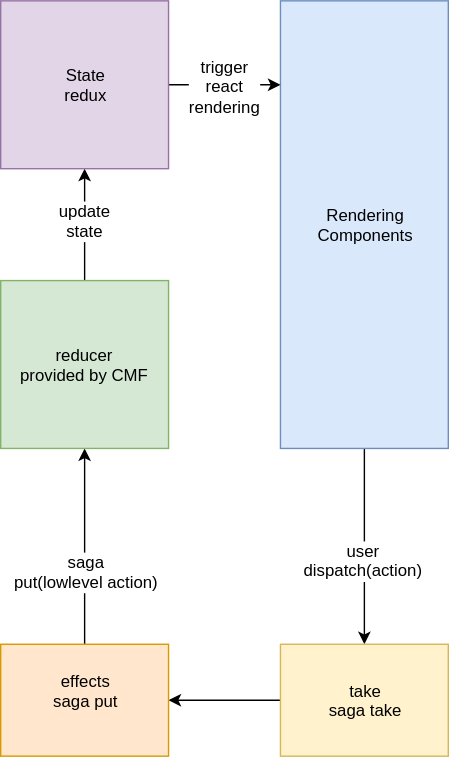
Earlier version of the draw.io export packages/cmf/assets/diagram-rendering-cycle.svg (Talend/ui). Source tidied: cells renumbered, new cells last; positions are measured from the earlier drawing's top-left corner, leaving out a move shared by most shapes.
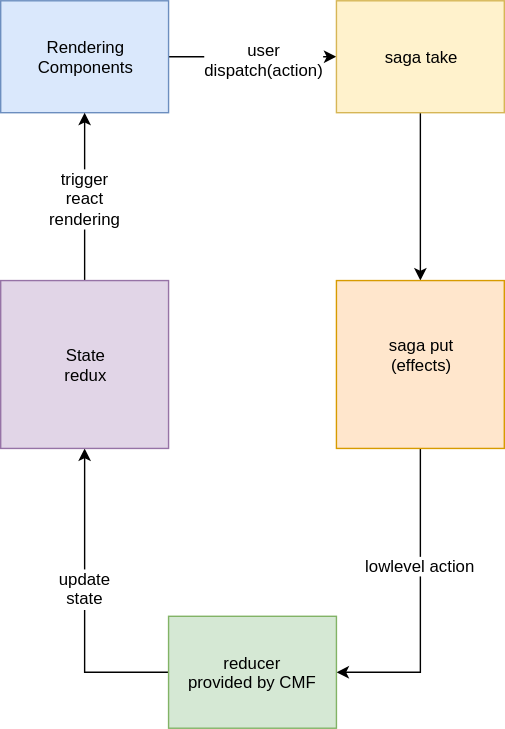
The same file after the commit.

Commit message:
chore: follow review

What changed in the source:
```diff
@@ -2,47 +2,47 @@
   <root>
     <mxCell id="0" />
     <mxCell id="1" parent="0" />
-    <mxCell id="2" style="edgeStyle=orthogonalEdgeStyle;rounded=0;html=1;jettySize=auto;exitX=0.5;exitY=0;entryX=0.5;entryY=1;" parent="1" edge="1" source="14" target="15">
+    <mxCell id="2" style="edgeStyle=orthogonalEdgeStyle;rounded=0;html=1;jettySize=auto;exitX=0;exitY=0.5;entryX=0.5;entryY=1;" parent="1" edge="1" source="14" target="15">
       <mxGeometry relative="1" as="geometry" />
     </mxCell>
     <mxCell id="3" value="update&lt;br&gt;state&lt;br&gt;" style="text;html=1;align=center;verticalAlign=middle;labelBackgroundColor=#ffffff;" parent="2" vertex="1">
       <mxGeometry x="0.1" relative="1" as="geometry" />
     </mxCell>
-    <mxCell id="4" style="edgeStyle=orthogonalEdgeStyle;rounded=0;html=1;entryX=0.5;entryY=0;jettySize=auto;" parent="1" edge="1" source="6" target="8">
+    <mxCell id="4" style="edgeStyle=orthogonalEdgeStyle;rounded=0;html=1;entryX=0;entryY=0.5;jettySize=auto;" parent="1" edge="1" source="6" target="8">
       <mxGeometry relative="1" as="geometry" />
     </mxCell>
     <mxCell id="5" value="user&lt;br&gt;dispatch(action)" style="text;html=1;align=center;verticalAlign=middle;labelBackgroundColor=#ffffff;" parent="4" vertex="1">
       <mxGeometry x="0.13" y="-1" relative="1" as="geometry" />
     </mxCell>
     <mxCell id="6" value="Rendering&lt;br&gt;Components&lt;br&gt;" style="rounded=0;whiteSpace=wrap;html=1;fillColor=#dae8fc;strokeColor=#6c8ebf;" parent="1" vertex="1">
-      <mxGeometry x="200" width="120" height="320" as="geometry" />
+      <mxGeometry width="120" height="80" as="geometry" />
     </mxCell>
     <mxCell id="7" style="edgeStyle=orthogonalEdgeStyle;rounded=0;html=1;jettySize=auto;" parent="1" edge="1" source="8" target="11">
       <mxGeometry relative="1" as="geometry" />
     </mxCell>
-    <mxCell id="8" value="take&lt;br&gt;saga take&lt;br&gt;" style="rounded=0;whiteSpace=wrap;html=1;fillColor=#fff2cc;strokeColor=#d6b656;" parent="1" vertex="1">
-      <mxGeometry x="200" y="460" width="120" height="80" as="geometry" />
+    <mxCell id="8" value="saga take&lt;br&gt;" style="rounded=0;whiteSpace=wrap;html=1;fillColor=#fff2cc;strokeColor=#d6b656;" parent="1" vertex="1">
+      <mxGeometry x="240" width="120" height="80" as="geometry" />
     </mxCell>
-    <mxCell id="9" style="edgeStyle=orthogonalEdgeStyle;rounded=0;html=1;jettySize=auto;entryX=0.5;entryY=1;" parent="1" edge="1" source="11" target="14">
+    <mxCell id="9" style="edgeStyle=orthogonalEdgeStyle;rounded=0;html=1;jettySize=auto;entryX=1;entryY=0.5;" parent="1" edge="1" source="11" target="14">
       <mxGeometry relative="1" as="geometry" />
     </mxCell>
-    <mxCell id="10" value="saga&lt;br&gt;put(lowlevel action)&lt;br&gt;" style="text;html=1;align=center;verticalAlign=middle;labelBackgroundColor=#ffffff;" parent="9" vertex="1">
+    <mxCell id="10" value="lowlevel action&lt;br&gt;" style="text;html=1;align=center;verticalAlign=middle;labelBackgroundColor=#ffffff;" parent="9" vertex="1">
       <mxGeometry x="-0.24" y="-1" relative="1" as="geometry" />
     </mxCell>
-    <mxCell id="11" value="effects&lt;br&gt;saga put&lt;br&gt;&lt;br&gt;" style="rounded=0;whiteSpace=wrap;html=1;fillColor=#ffe6cc;strokeColor=#d79b00;" parent="1" vertex="1">
-      <mxGeometry y="460" width="120" height="80" as="geometry" />
+    <mxCell id="11" value="saga put&lt;br&gt;(effects)&lt;br&gt;&lt;br&gt;" style="rounded=0;whiteSpace=wrap;html=1;fillColor=#ffe6cc;strokeColor=#d79b00;" parent="1" vertex="1">
+      <mxGeometry x="240" y="200" width="120" height="120" as="geometry" />
     </mxCell>
-    <mxCell id="12" style="edgeStyle=orthogonalEdgeStyle;rounded=0;html=1;jettySize=auto;exitX=1;exitY=0.5;entryX=0;entryY=0.188;entryPerimeter=0;" parent="1" edge="1" source="15" target="6">
+    <mxCell id="12" style="edgeStyle=orthogonalEdgeStyle;rounded=0;html=1;jettySize=auto;exitX=0.5;exitY=0;entryX=0.5;entryY=1;" parent="1" edge="1" source="15" target="6">
       <mxGeometry relative="1" as="geometry" />
     </mxCell>
     <mxCell id="13" value="trigger&lt;br&gt;react&lt;br&gt;rendering&lt;br&gt;" style="text;html=1;align=center;verticalAlign=middle;labelBackgroundColor=#ffffff;" parent="12" vertex="1">
       <mxGeometry relative="1" as="geometry" />
     </mxCell>
     <mxCell id="14" value="reducer&lt;br&gt;provided by CMF&lt;br&gt;" style="rounded=0;whiteSpace=wrap;html=1;fillColor=#d5e8d4;strokeColor=#82b366;" parent="1" vertex="1">
-      <mxGeometry y="200" width="120" height="120" as="geometry" />
+      <mxGeometry x="120" y="440" width="120" height="80" as="geometry" />
     </mxCell>
     <mxCell id="15" value="State&lt;br&gt;redux&lt;br&gt;" style="rounded=0;whiteSpace=wrap;html=1;fillColor=#e1d5e7;strokeColor=#9673a6;" parent="1" vertex="1">
-      <mxGeometry width="120" height="120" as="geometry" />
+      <mxGeometry y="200" width="120" height="120" as="geometry" />
     </mxCell>
   </root>
 </mxGraphModel>
```
